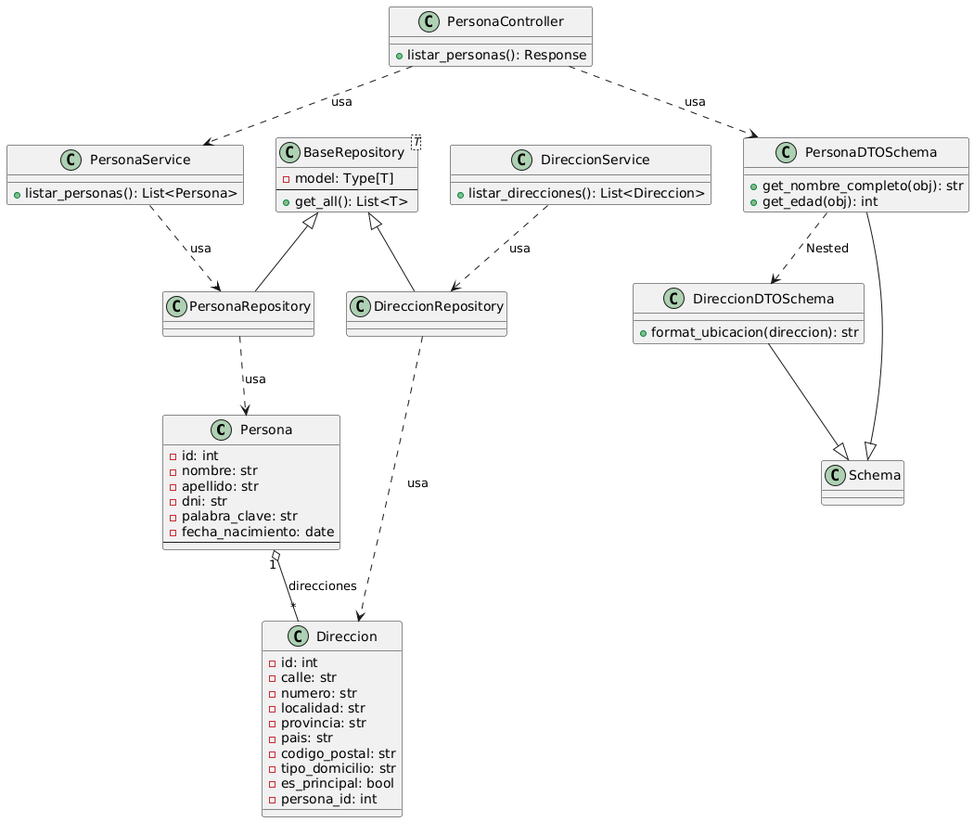
The PlantUML diagram .docs/UML/diagrama_uml.png in solccast/patrones-arquitectura-proyecto-1, before a commit. Its diagram source:
```plantuml
@startuml
class Persona {
    - id: int
    - nombre: str
    - apellido: str
    - dni: str
    - palabra_clave: str
    - fecha_nacimiento: date
    --
}

class Direccion {
    - id: int
    - calle: str
    - numero: str
    - localidad: str
    - provincia: str
    - pais: str
    - codigo_postal: str
    - tipo_domicilio: str
    - es_principal: bool
    - persona_id: int
}

Persona "1" o-- "*" Direccion : direcciones

class BaseRepository<T> {
    - model: Type[T]
    --
    + get_all(): List<T>
}

BaseRepository <|-- PersonaRepository
BaseRepository <|-- DireccionRepository

PersonaRepository ..> Persona : usa
DireccionRepository ..> Direccion : usa

class PersonaRepository {
}

class DireccionRepository {
}

class PersonaService {
    + listar_personas(): List<Persona>
}
class DireccionService {
    + listar_direcciones(): List<Direccion>
}

PersonaService ..> PersonaRepository : usa
DireccionService ..> DireccionRepository : usa

class PersonaController {
    + listar_personas(): Response
}

class PersonaDTOSchema {
    + get_nombre_completo(obj): str
    + get_edad(obj): int
}
class DireccionDTOSchema {
    + format_ubicacion(direccion): str
}

class Schema

PersonaController ..> PersonaService : usa
PersonaController ..> PersonaDTOSchema : usa

PersonaDTOSchema ..> DireccionDTOSchema : Nested
PersonaDTOSchema --|> Schema
DireccionDTOSchema --|> Schema
@enduml
```
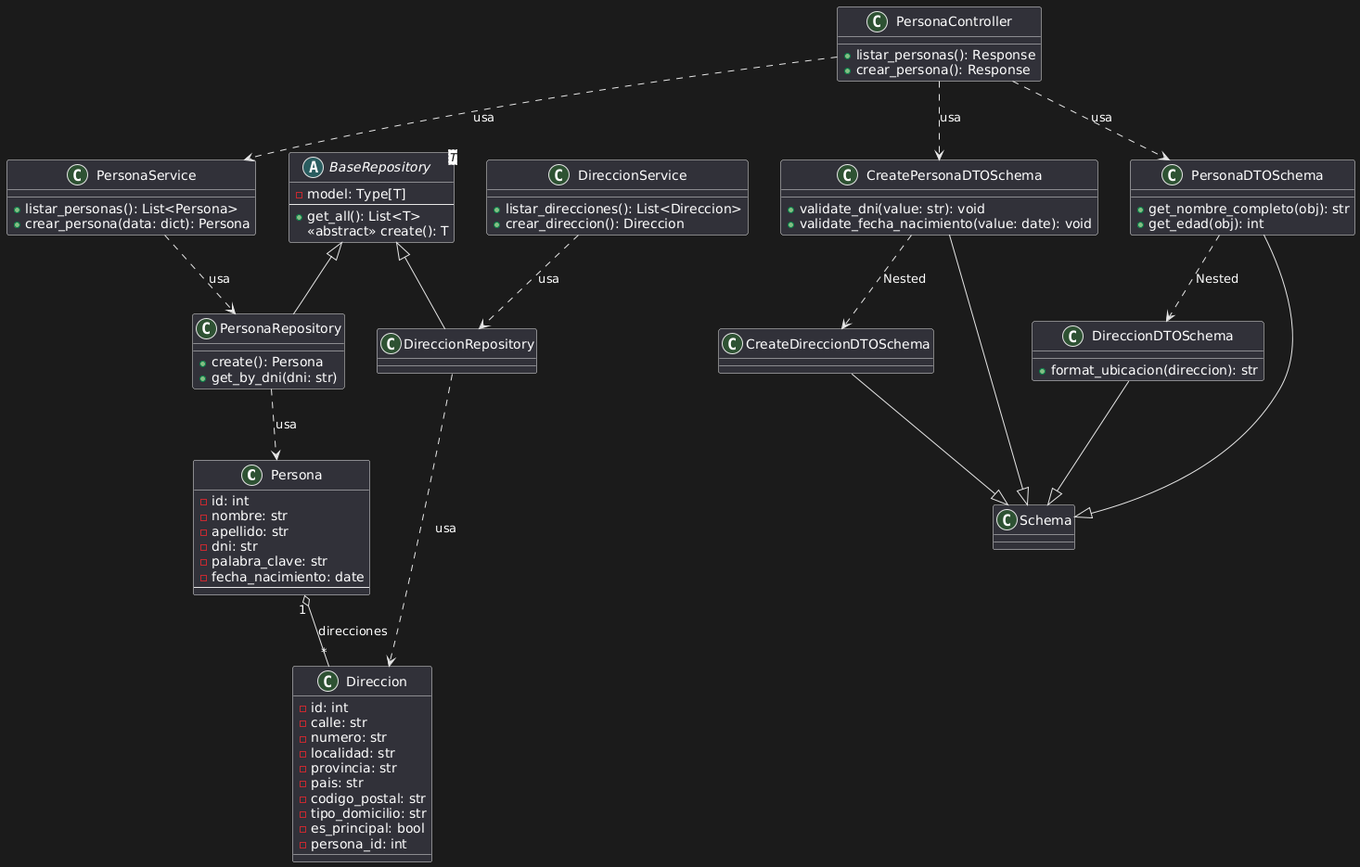
Later version of the same file.

Commit message:
Actualizo diagrama UML

Change to the diagram source:
```diff
@@ -24,10 +24,11 @@
 
 Persona "1" o-- "*" Direccion : direcciones
 
-class BaseRepository<T> {
+abstract class BaseRepository<T> {
     - model: Type[T]
     --
     + get_all(): List<T>
+    <<abstract>> create(): T
 }
 
 BaseRepository <|-- PersonaRepository
@@ -37,6 +38,8 @@
 DireccionRepository ..> Direccion : usa
 
 class PersonaRepository {
+    + create(): Persona
+    + get_by_dni(dni: str)
 }
 
 class DireccionRepository {
@@ -44,9 +47,11 @@
 
 class PersonaService {
     + listar_personas(): List<Persona>
+    + crear_persona(data: dict): Persona
 }
 class DireccionService {
     + listar_direcciones(): List<Direccion>
+    + crear_direccion(): Direccion
 }
 
 PersonaService ..> PersonaRepository : usa
@@ -54,6 +59,7 @@
 
 class PersonaController {
     + listar_personas(): Response
+    + crear_persona(): Response
 }
 
 class PersonaDTOSchema {
@@ -64,12 +70,23 @@
     + format_ubicacion(direccion): str
 }
 
+class CreatePersonaDTOSchema {
+    + validate_dni(value: str): void
+    + validate_fecha_nacimiento(value: date): void
+}
+
+class CreateDireccionDTOSchema
+
 class Schema
 
 PersonaController ..> PersonaService : usa
 PersonaController ..> PersonaDTOSchema : usa
+PersonaController ..> CreatePersonaDTOSchema : usa
 
 PersonaDTOSchema ..> DireccionDTOSchema : Nested
+CreatePersonaDTOSchema ..> CreateDireccionDTOSchema : Nested
 PersonaDTOSchema --|> Schema
 DireccionDTOSchema --|> Schema
+CreatePersonaDTOSchema --|> Schema
+CreateDireccionDTOSchema --|> Schema
 @enduml
```
